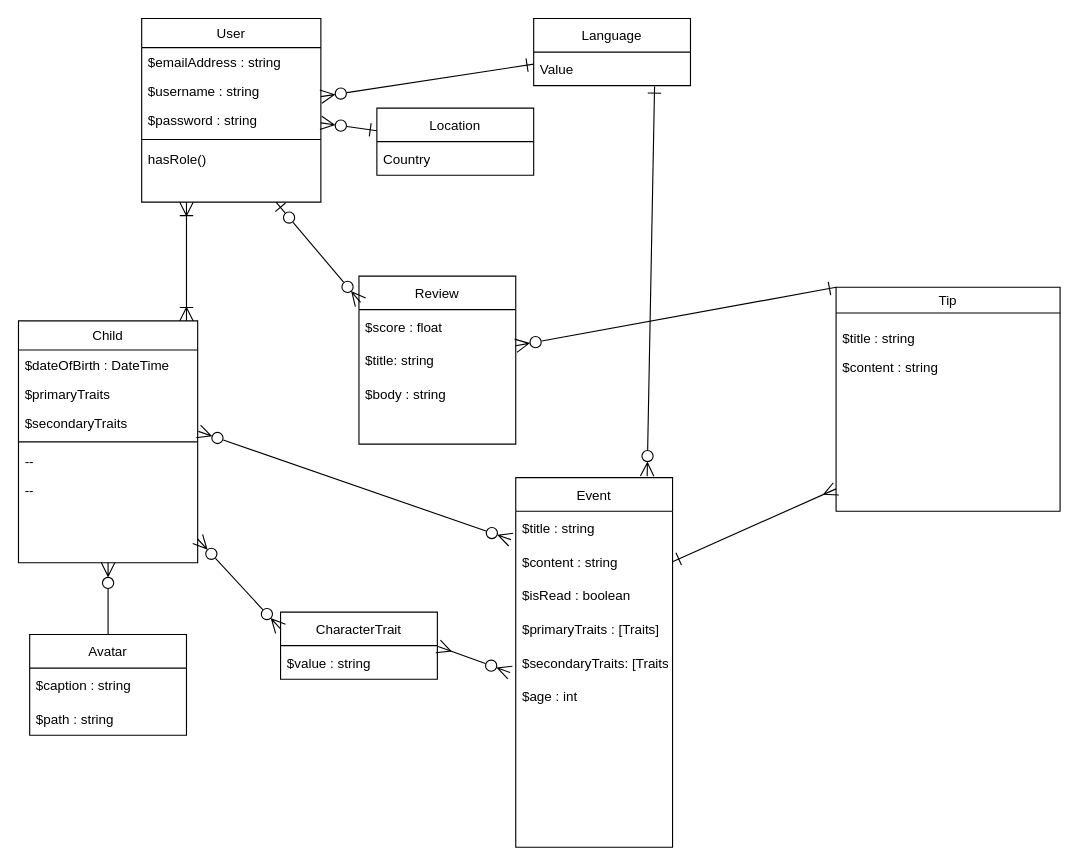
Above: design/model.drawio in seb-tho/TheGoodParentV2 (draw.io), before the change. Source tidied: cells renumbered, new cells numbered last; positions are measured from the earlier drawing's top-left corner, leaving out a move shared by most shapes. Both pictures are drawn from the tidied source at 112%, with x=0, y=0 at pixel (18, 18).
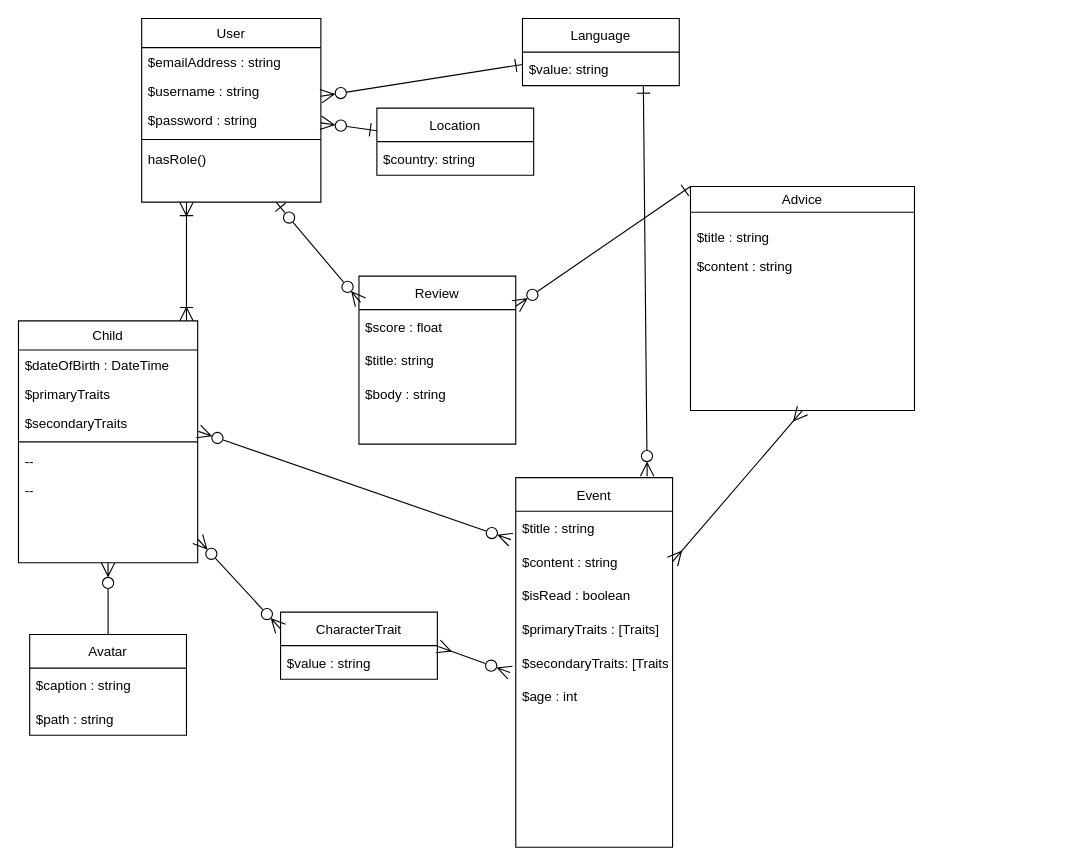
Above is the later version.

Unchanged cells that the change refers to:
```xml
<mxCell id="21" value="Location" style="swimlane;fontStyle=0;horizontal=1;startSize=30;" parent="1" vertex="1">
  <mxGeometry x="320" y="80" width="140" height="60" as="geometry" />
</mxCell>
<mxCell id="36" value="$content : string" style="text;strokeColor=none;fillColor=none;align=left;verticalAlign=middle;spacingLeft=4;spacingRight=4;overflow=hidden;points=[[0,0.5],[1,0.5]];portConstraint=eastwest;" parent="34" vertex="1">
  <mxGeometry y="60" width="140" height="30" as="geometry" />
</mxCell>
```

Diff of the diagram source:
```diff
@@
     <mxCell id="19" value="Language" style="swimlane;fontStyle=0;horizontal=1;startSize=30;" parent="1" vertex="1">
-      <mxGeometry x="460" width="140" height="60" as="geometry" />
+      <mxGeometry x="450" width="140" height="60" as="geometry" />
     </mxCell>
-    <mxCell id="20" value="Value" style="text;strokeColor=none;fillColor=none;align=left;verticalAlign=middle;spacingLeft=4;spacingRight=4;overflow=hidden;points=[[0,0.5],[1,0.5]];portConstraint=eastwest;" parent="19" vertex="1">
+    <mxCell id="20" value="$value: string" style="text;strokeColor=none;fillColor=none;align=left;verticalAlign=middle;spacingLeft=4;spacingRight=4;overflow=hidden;points=[[0,0.5],[1,0.5]];portConstraint=eastwest;" parent="19" vertex="1">
       <mxGeometry y="30" width="140" height="30" as="geometry" />
     </mxCell>
@@
-    <mxCell id="22" value="Country" style="text;strokeColor=none;fillColor=none;align=left;verticalAlign=middle;spacingLeft=4;spacingRight=4;overflow=hidden;" parent="21" vertex="1">
+    <mxCell id="22" value="$country: string" style="text;strokeColor=none;fillColor=none;align=left;verticalAlign=middle;spacingLeft=4;spacingRight=4;overflow=hidden;" parent="21" vertex="1">
       <mxGeometry y="30" width="140" height="30" as="geometry" />
     </mxCell>
@@
-    <mxCell id="50" value="Tip" style="swimlane;fontStyle=0;startSize=23;" parent="1" vertex="1">
-      <mxGeometry x="730" y="240" width="200" height="200" as="geometry" />
+    <mxCell id="50" value="Advice" style="swimlane;fontStyle=0;startSize=23;" parent="1" vertex="1">
+      <mxGeometry x="600" y="150" width="200" height="200" as="geometry" />
     </mxCell>
@@
-    <mxCell id="53" style="endArrow=ERmany;html=1;rounded=0;exitX=1;exitY=0.5;exitDx=0;exitDy=0;startArrow=ERone;startFill=0;endFill=0;endSize=10;startSize=10;" parent="1" edge="1" source="36">
-      <mxGeometry relative="1" as="geometry">
-        <mxPoint x="730" y="420" as="targetPoint" />
-      </mxGeometry>
+    <mxCell id="53" style="endArrow=ERmany;html=1;rounded=0;exitX=1;exitY=0.5;exitDx=0;exitDy=0;startArrow=ERmany;startFill=0;endFill=0;endSize=10;startSize=10;entryX=0.5;entryY=1;entryDx=0;entryDy=0;" parent="1" edge="1" source="36" target="50">
+      <mxGeometry relative="1" as="geometry" />
     </mxCell>
```
